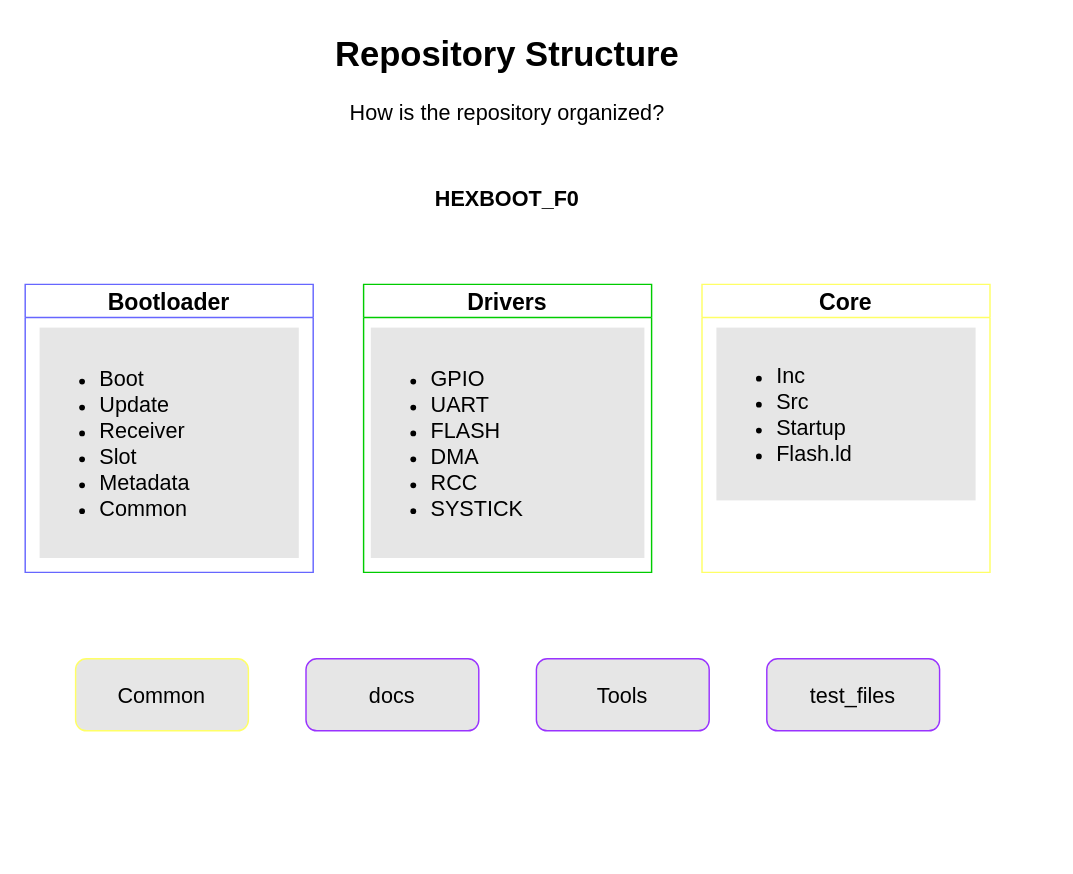
This is page "01 - Repository structure" (1 of 9) of docs/Architecture.drawio from brajogopal/HEXBOOT_F0, a draw.io file, before an edit. Source tidied: cells renumbered, new cells numbered last; positions are measured from the earlier drawing's top-left corner, leaving out a move shared by most shapes. Both pictures are drawn from the tidied source at 144%, with x=0, y=0 at pixel (24, 24).
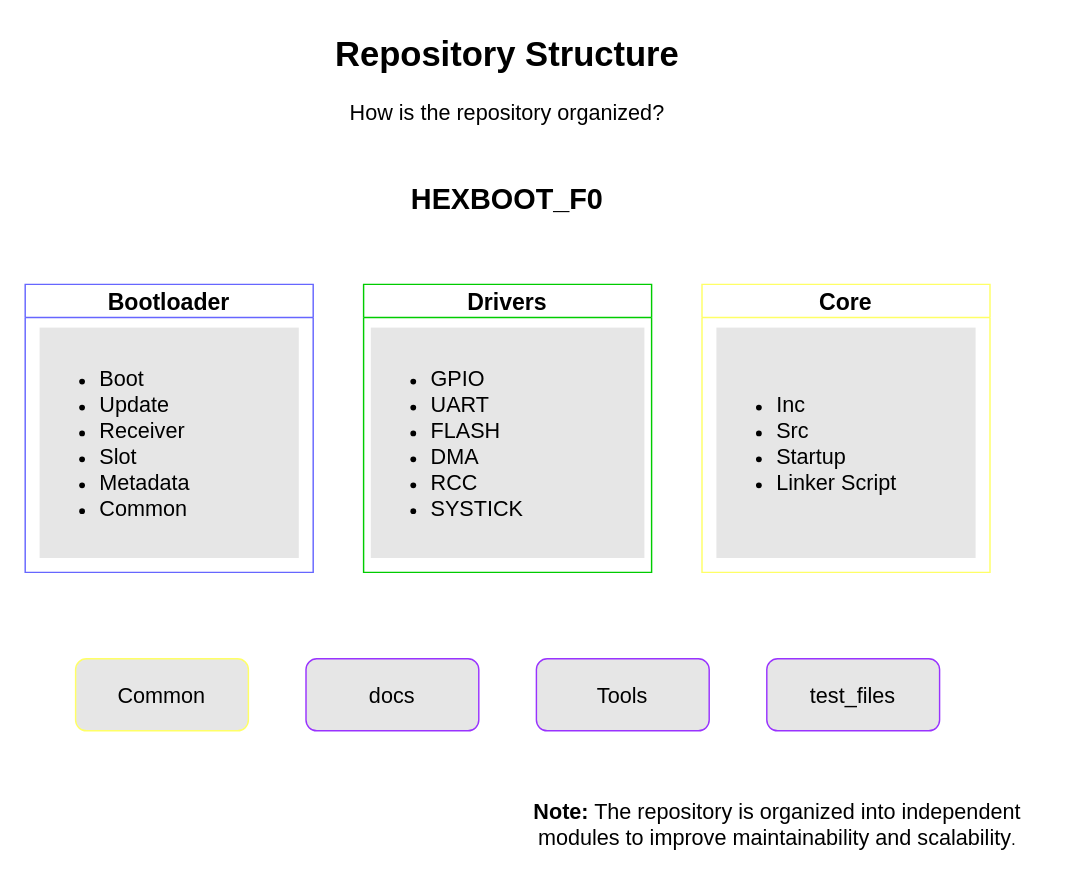
Above is the later version.

The edit, as a diff of the source:
```diff
@@
 <mxGraphModel>
   <root>
     <mxCell id="0" />
     <mxCell id="1" parent="0" />
     <mxCell id="2" value="&lt;h1 style=&quot;margin-top: 0px;&quot;&gt;Repository Structure&lt;/h1&gt;&lt;p&gt;&lt;font style=&quot;font-size: 15px;&quot;&gt;How is the repository organized?&lt;/font&gt;&lt;/p&gt;" style="text;html=1;whiteSpace=wrap;overflow=hidden;rounded=0;align=center;" parent="1" vertex="1">
       <mxGeometry x="50" width="570" height="100" as="geometry" />
     </mxCell>
-    <mxCell id="3" value="&lt;font style=&quot;font-size: 15px;&quot;&gt;&lt;b&gt;HEXBOOT_F0&lt;/b&gt;&lt;/font&gt;" style="text;html=1;whiteSpace=wrap;strokeColor=none;fillColor=none;align=center;verticalAlign=middle;rounded=0;" parent="1" vertex="1">
+    <mxCell id="3" value="&lt;font style=&quot;font-size: 20px;&quot;&gt;&lt;b style=&quot;&quot;&gt;HEXBOOT_F0&lt;/b&gt;&lt;/font&gt;" style="text;html=1;whiteSpace=wrap;strokeColor=none;fillColor=none;align=center;verticalAlign=middle;rounded=0;" parent="1" vertex="1">
       <mxGeometry x="255" y="100" width="160" height="40" as="geometry" />
     </mxCell>
     <mxCell id="4" value="&lt;font style=&quot;font-size: 16px;&quot;&gt;Bootloader&lt;/font&gt;" style="swimlane;whiteSpace=wrap;html=1;strokeColor=#6666FF;" parent="1" vertex="1">
       <mxGeometry y="180" width="200" height="200" as="geometry" />
     </mxCell>
     <mxCell id="5" value="&lt;font style=&quot;font-size: 16px;&quot;&gt;Drivers&lt;/font&gt;" style="swimlane;whiteSpace=wrap;html=1;strokeColor=#00CC00;" parent="1" vertex="1">
       <mxGeometry x="235" y="180" width="200" height="200" as="geometry" />
     </mxCell>
     <mxCell id="6" value="&lt;font style=&quot;font-size: 16px;&quot;&gt;Core&lt;/font&gt;" style="swimlane;whiteSpace=wrap;html=1;startSize=23;strokeColor=#FFFF66;" parent="1" vertex="1">
       <mxGeometry x="470" y="180" width="200" height="200" as="geometry" />
     </mxCell>
     <mxCell id="7" value="&lt;ul&gt;&lt;li style=&quot;&quot;&gt;&lt;span style=&quot;font-size: 15px;&quot;&gt;Boot&lt;/span&gt;&lt;/li&gt;&lt;li style=&quot;&quot;&gt;&lt;span style=&quot;font-size: 15px;&quot;&gt;Update&lt;/span&gt;&lt;/li&gt;&lt;li style=&quot;&quot;&gt;&lt;span style=&quot;font-size: 15px;&quot;&gt;Receiver&lt;/span&gt;&lt;/li&gt;&lt;li style=&quot;&quot;&gt;&lt;span style=&quot;font-size: 15px;&quot;&gt;Slot&lt;/span&gt;&lt;/li&gt;&lt;li style=&quot;&quot;&gt;&lt;span style=&quot;font-size: 15px;&quot;&gt;Metadata&lt;/span&gt;&lt;/li&gt;&lt;li&gt;&lt;span style=&quot;background-color: transparent; color: light-dark(rgb(0, 0, 0), rgb(255, 255, 255)); font-size: 15px;&quot;&gt;Common&lt;/span&gt;&lt;/li&gt;&lt;/ul&gt;" style="text;html=1;whiteSpace=wrap;strokeColor=none;fillColor=#E6E6E6;align=left;verticalAlign=middle;rounded=0;" parent="1" vertex="1">
       <mxGeometry x="10" y="210" width="180" height="160" as="geometry" />
     </mxCell>
     <mxCell id="8" value="&lt;ul&gt;&lt;li&gt;&lt;font style=&quot;font-size: 15px;&quot;&gt;GPIO&lt;/font&gt;&lt;/li&gt;&lt;li&gt;&lt;font style=&quot;font-size: 15px;&quot;&gt;UART&lt;/font&gt;&lt;/li&gt;&lt;li&gt;&lt;font style=&quot;font-size: 15px;&quot;&gt;FLASH&lt;/font&gt;&lt;/li&gt;&lt;li&gt;&lt;font style=&quot;font-size: 15px;&quot;&gt;DMA&lt;/font&gt;&lt;/li&gt;&lt;li&gt;&lt;font style=&quot;font-size: 15px;&quot;&gt;RCC&lt;/font&gt;&lt;/li&gt;&lt;li&gt;&lt;font style=&quot;font-size: 15px;&quot;&gt;SYSTICK&lt;/font&gt;&lt;/li&gt;&lt;/ul&gt;" style="text;html=1;whiteSpace=wrap;strokeColor=none;fillColor=#E6E6E6;align=left;verticalAlign=middle;rounded=0;" parent="1" vertex="1">
       <mxGeometry x="240" y="210" width="190" height="160" as="geometry" />
     </mxCell>
-    <mxCell id="9" value="&lt;ul&gt;&lt;li&gt;&lt;font style=&quot;font-size: 15px;&quot;&gt;Inc&lt;/font&gt;&lt;/li&gt;&lt;li&gt;&lt;font style=&quot;font-size: 15px;&quot;&gt;Src&lt;/font&gt;&lt;/li&gt;&lt;li&gt;&lt;font style=&quot;font-size: 15px;&quot;&gt;Startup&lt;/font&gt;&lt;/li&gt;&lt;li&gt;&lt;span style=&quot;font-size: 15px;&quot;&gt;Flash.ld&lt;/span&gt;&lt;/li&gt;&lt;/ul&gt;" style="text;html=1;whiteSpace=wrap;strokeColor=none;fillColor=#E6E6E6;align=left;verticalAlign=middle;rounded=0;" parent="1" vertex="1">
-      <mxGeometry x="480" y="210" width="180" height="120" as="geometry" />
+    <mxCell id="9" value="&lt;ul&gt;&lt;li&gt;&lt;font style=&quot;font-size: 15px;&quot;&gt;Inc&lt;/font&gt;&lt;/li&gt;&lt;li&gt;&lt;font style=&quot;font-size: 15px;&quot;&gt;Src&lt;/font&gt;&lt;/li&gt;&lt;li&gt;&lt;font style=&quot;font-size: 15px;&quot;&gt;Startup&lt;/font&gt;&lt;/li&gt;&lt;li&gt;&lt;font style=&quot;font-size: 15px;&quot;&gt;Linker Script&lt;/font&gt;&lt;/li&gt;&lt;/ul&gt;" style="text;html=1;whiteSpace=wrap;strokeColor=none;fillColor=#E6E6E6;align=left;verticalAlign=middle;rounded=0;" parent="1" vertex="1">
+      <mxGeometry x="480" y="210" width="180" height="160" as="geometry" />
     </mxCell>
     <mxCell id="10" value="&lt;font style=&quot;font-size: 15px;&quot;&gt;Common&lt;/font&gt;" style="rounded=1;whiteSpace=wrap;html=1;fillColor=#E6E6E6;strokeColor=#FFFF66;" parent="1" vertex="1">
       <mxGeometry x="35" y="440" width="120" height="50" as="geometry" />
     </mxCell>
     <mxCell id="11" value="&lt;font style=&quot;font-size: 15px;&quot;&gt;docs&lt;/font&gt;" style="rounded=1;whiteSpace=wrap;html=1;strokeColor=#9933FF;fillColor=#E6E6E6;" parent="1" vertex="1">
       <mxGeometry x="195" y="440" width="120" height="50" as="geometry" />
     </mxCell>
     <mxCell id="12" value="&lt;font style=&quot;font-size: 15px;&quot;&gt;Tools&lt;/font&gt;" style="rounded=1;whiteSpace=wrap;html=1;strokeColor=#9933FF;fillColor=#E6E6E6;" parent="1" vertex="1">
       <mxGeometry x="355" y="440" width="120" height="50" as="geometry" />
     </mxCell>
     <mxCell id="13" value="&lt;font style=&quot;font-size: 15px;&quot;&gt;test_files&lt;/font&gt;" style="rounded=1;whiteSpace=wrap;html=1;strokeColor=#9933FF;fillColor=#E6E6E6;" parent="1" vertex="1">
       <mxGeometry x="515" y="440" width="120" height="50" as="geometry" />
     </mxCell>
+    <mxCell id="14" value="&lt;font style=&quot;font-size: 15px;&quot;&gt;&lt;strong style=&quot;&quot;&gt;Note:&lt;/strong&gt; The repository is organized into independent modules to improve maintainability and scalability&lt;/font&gt;." style="text;html=1;whiteSpace=wrap;strokeColor=none;fillColor=none;align=center;verticalAlign=middle;rounded=0;" parent="1" vertex="1">
+      <mxGeometry x="335" y="540" width="375" height="30" as="geometry" />
+    </mxCell>
   </root>
 </mxGraphModel>
```
